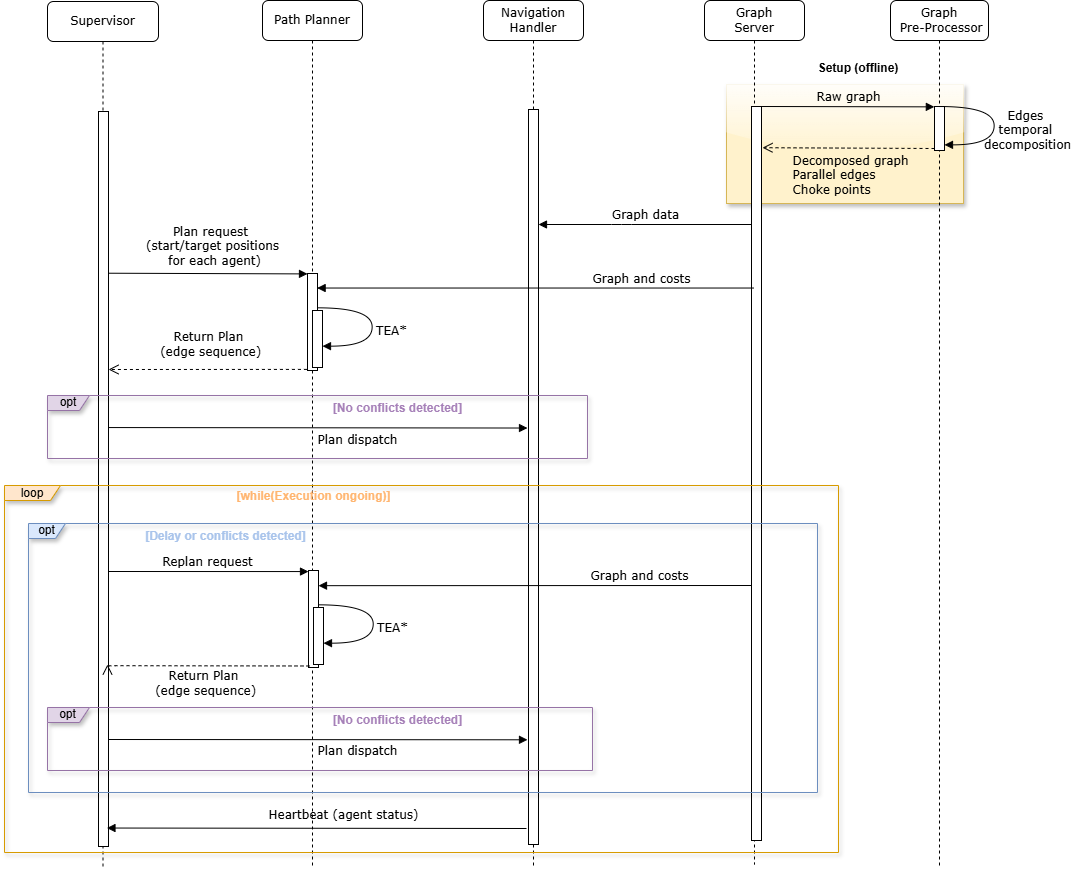
Before: meec_distrib_latex/meec-distrib/figures/seqDiagram.png, a diagram exported from draw.io (afonsotmm/dissertation_latex_stack). Source tidied: cells renumbered, new cells last; positions are measured from the earlier drawing's top-left corner, leaving out a move shared by most shapes.
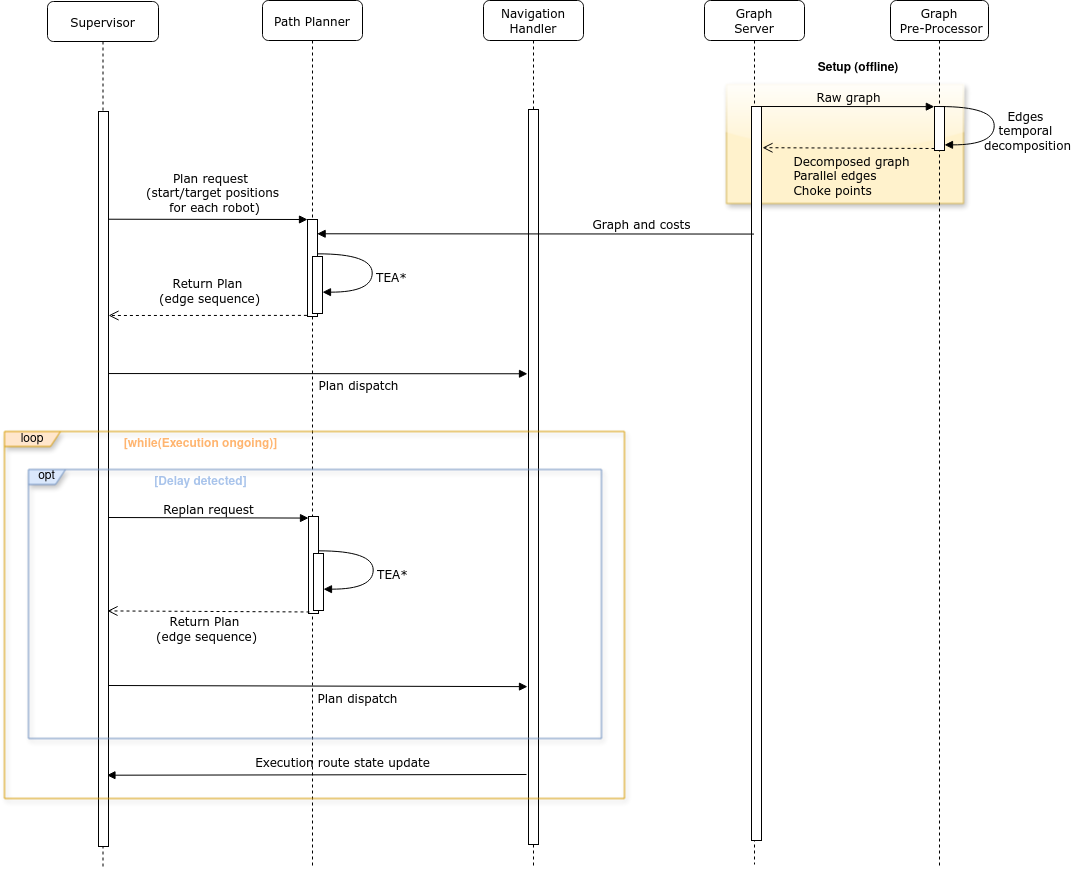
The same file after the commit.

Commit message:
Seq Diagram minor fix; chap 6 name change

The edit, as a diff of the source:
```diff
@@ -9,18 +9,18 @@
       <mxGeometry x="258" width="100" height="866" as="geometry" />
     </mxCell>
     <mxCell id="4" style="html=1;points=[];perimeter=orthogonalPerimeter;rounded=0;shadow=0;comic=0;labelBackgroundColor=none;strokeWidth=1;fontFamily=Verdana;fontSize=12;align=center;" parent="3" vertex="1">
-      <mxGeometry x="45" y="273" width="10" height="97" as="geometry" />
+      <mxGeometry x="45" y="219" width="10" height="97" as="geometry" />
     </mxCell>
     <mxCell id="5" style="html=1;perimeter=orthogonalPerimeter;rounded=0;shadow=0;comic=0;labelBackgroundColor=none;strokeWidth=1;fontFamily=Verdana;fontSize=12;align=center;" parent="3" vertex="1">
-      <mxGeometry x="50" y="310" width="10" height="57" as="geometry" />
+      <mxGeometry x="50" y="256" width="10" height="57" as="geometry" />
     </mxCell>
     <mxCell id="6" value="TEA*" style="html=1;verticalAlign=bottom;endArrow=block;labelBackgroundColor=none;fontFamily=Verdana;fontSize=12;elbow=vertical;edgeStyle=orthogonalEdgeStyle;curved=1;entryX=1;entryY=0.286;entryPerimeter=0;exitX=1.038;exitY=0.345;exitPerimeter=0;" parent="3" edge="1">
       <mxGeometry x="0.22" y="19" relative="1" as="geometry">
-        <mxPoint x="55" y="307.3" as="sourcePoint" />
-        <mxPoint x="60" y="345.7" as="targetPoint" />
+        <mxPoint x="55" y="253.3" as="sourcePoint" />
+        <mxPoint x="60" y="291.7" as="targetPoint" />
         <Array as="points">
-          <mxPoint x="109.7" y="307.3" />
-          <mxPoint x="109.7" y="345.3" />
+          <mxPoint x="109.7" y="253.3" />
+          <mxPoint x="109.7" y="291.3" />
         </Array>
       </mxGeometry>
     </mxCell>
@@ -30,11 +30,6 @@
     <mxCell id="8" style="html=1;points=[];perimeter=orthogonalPerimeter;rounded=0;shadow=0;comic=0;labelBackgroundColor=none;strokeWidth=1;fontFamily=Verdana;fontSize=12;align=center;" parent="7" vertex="1">
       <mxGeometry x="45" y="109" width="10" height="735" as="geometry" />
     </mxCell>
-    <mxCell id="9" value="Graph data" style="html=1;verticalAlign=bottom;endArrow=block;labelBackgroundColor=none;fontFamily=Verdana;fontSize=12;edgeStyle=elbowEdgeStyle;elbow=vertical;" parent="7" edge="1" source="10">
-      <mxGeometry relative="1" as="geometry">
-        <mxPoint x="55" y="224" as="targetPoint" />
-      </mxGeometry>
-    </mxCell>
     <mxCell id="10" value="Graph&lt;div&gt;Server&lt;/div&gt;" style="shape=umlLifeline;perimeter=lifelinePerimeter;whiteSpace=wrap;html=1;outlineConnect=0;rounded=1;shadow=0;comic=0;labelBackgroundColor=none;strokeWidth=1;fontFamily=Verdana;fontSize=12;align=center;" parent="1" vertex="1">
       <mxGeometry x="700" width="100" height="864" as="geometry" />
     </mxCell>
@@ -75,25 +70,20 @@
     <mxCell id="17" value="Supervisor" style="shape=umlLifeline;perimeter=lifelinePerimeter;whiteSpace=wrap;html=1;rounded=1;shadow=0;comic=0;labelBackgroundColor=none;strokeWidth=1;fontFamily=Verdana;fontSize=12;align=center;" parent="1" vertex="1">
       <mxGeometry x="43" y="1" width="111" height="867" as="geometry" />
     </mxCell>
-    <mxCell id="18" value="Plan request&amp;nbsp;&lt;div&gt;(start/target positions&lt;/div&gt;&lt;div&gt;&amp;nbsp;for each agent)&lt;/div&gt;" style="html=1;verticalAlign=bottom;endArrow=block;labelBackgroundColor=none;fontFamily=Verdana;fontSize=12;edgeStyle=elbowEdgeStyle;elbow=vertical;exitX=1.029;exitY=0.369;exitDx=0;exitDy=0;exitPerimeter=0;entryX=0;entryY=0.005;entryDx=0;entryDy=0;entryPerimeter=0;" parent="17" edge="1" target="4">
+    <mxCell id="18" value="Plan request&amp;nbsp;&lt;div&gt;(start/target positions&lt;/div&gt;&lt;div&gt;&amp;nbsp;for each robot)&lt;/div&gt;" style="html=1;verticalAlign=bottom;endArrow=block;labelBackgroundColor=none;fontFamily=Verdana;fontSize=12;edgeStyle=elbowEdgeStyle;elbow=vertical;exitX=1.029;exitY=0.369;exitDx=0;exitDy=0;exitPerimeter=0;entryX=0;entryY=0.005;entryDx=0;entryDy=0;entryPerimeter=0;" parent="17" edge="1" target="4">
       <mxGeometry x="0.04" y="3" relative="1" as="geometry">
-        <mxPoint x="61.3" y="271.7" as="sourcePoint" />
+        <mxPoint x="61.3" y="217.7" as="sourcePoint" />
       </mxGeometry>
     </mxCell>
     <mxCell id="19" style="html=1;points=[];perimeter=orthogonalPerimeter;rounded=0;shadow=0;comic=0;labelBackgroundColor=none;strokeWidth=1;fontFamily=Verdana;fontSize=12;align=center;" parent="17" vertex="1">
       <mxGeometry x="51" y="110" width="10" height="735" as="geometry" />
     </mxCell>
-    <mxCell id="20" value="opt" style="shape=umlFrame;whiteSpace=wrap;html=1;width=42;height=15;fillColor=#e1d5e7;strokeColor=#9673a6;shadow=1;" parent="17" vertex="1">
-      <mxGeometry y="394" width="540" height="63" as="geometry" />
-    </mxCell>
-    <mxCell id="21" value="&lt;font style=&quot;color: rgb(166, 128, 184);&quot;&gt;&lt;b style=&quot;&quot;&gt;[No conflicts detected]&lt;/b&gt;&lt;/font&gt;" style="text;html=1;align=center;verticalAlign=middle;strokeColor=none;fillColor=none;" parent="17" vertex="1">
-      <mxGeometry x="276" y="394" width="147" height="26" as="geometry" />
-    </mxCell>
-    <mxCell id="22" value="Return Plan&lt;div&gt;&amp;nbsp;(edge sequence)&lt;/div&gt;" style="html=1;verticalAlign=bottom;endArrow=open;dashed=1;endSize=8;labelBackgroundColor=none;fontFamily=Verdana;fontSize=12;edgeStyle=elbowEdgeStyle;elbow=vertical;exitX=-0.058;exitY=0.972;exitDx=0;exitDy=0;exitPerimeter=0;entryX=1.004;entryY=0.35;entryDx=0;entryDy=0;entryPerimeter=0;" parent="1" edge="1" target="19">
+    <mxCell id="22" value="Return Plan&lt;div&gt;&amp;nbsp;(edge sequence)&lt;/div&gt;" style="html=1;verticalAlign=bottom;endArrow=open;dashed=1;endSize=8;labelBackgroundColor=none;fontFamily=Verdana;fontSize=12;edgeStyle=elbowEdgeStyle;elbow=vertical;exitX=-0.058;exitY=0.972;exitDx=0;exitDy=0;exitPerimeter=0;entryX=1.004;entryY=0.35;entryDx=0;entryDy=0;entryPerimeter=0;" parent="1" edge="1">
       <mxGeometry y="-8" relative="1" as="geometry">
-        <mxPoint x="302.4" y="368.9" as="sourcePoint" />
+        <mxPoint x="302.4" y="314.9" as="sourcePoint" />
+        <mxPoint x="104" y="314.2" as="targetPoint" />
         <Array as="points">
-          <mxPoint x="109" y="369" />
+          <mxPoint x="109" y="315" />
         </Array>
       </mxGeometry>
     </mxCell>
@@ -101,74 +91,67 @@
       <mxGeometry x="804" y="53" width="100" height="30" as="geometry" />
     </mxCell>
     <mxCell id="24" value="loop" style="shape=umlFrame;whiteSpace=wrap;html=1;width=56;height=15;fillColor=#ffe6cc;strokeColor=#d79b00;shadow=1;swimlaneFillColor=none;" parent="1" vertex="1">
-      <mxGeometry y="485" width="834" height="367" as="geometry" />
+      <mxGeometry y="431" width="620" height="367" as="geometry" />
     </mxCell>
     <mxCell id="25" value="&lt;b&gt;&lt;font style=&quot;color: rgb(255, 181, 112);&quot;&gt;[while(Execution ongoing)]&lt;/font&gt;&lt;/b&gt;" style="text;html=1;align=center;verticalAlign=middle;strokeColor=none;fillColor=none;" parent="1" vertex="1">
-      <mxGeometry x="223" y="483" width="172" height="26" as="geometry" />
+      <mxGeometry x="110" y="431" width="172" height="26" as="geometry" />
     </mxCell>
     <mxCell id="26" style="html=1;perimeter=orthogonalPerimeter;rounded=0;shadow=0;comic=0;labelBackgroundColor=none;strokeWidth=1;fontFamily=Verdana;fontSize=12;align=center;" parent="1" vertex="1">
-      <mxGeometry x="304" y="570" width="10" height="97" as="geometry" />
+      <mxGeometry x="304" y="516" width="10" height="97" as="geometry" />
     </mxCell>
     <mxCell id="27" style="html=1;perimeter=orthogonalPerimeter;rounded=0;shadow=0;comic=0;labelBackgroundColor=none;strokeWidth=1;fontFamily=Verdana;fontSize=12;align=center;" parent="1" vertex="1">
-      <mxGeometry x="309" y="607" width="10" height="57" as="geometry" />
+      <mxGeometry x="309" y="553" width="10" height="57" as="geometry" />
     </mxCell>
     <mxCell id="28" value="TEA*" style="html=1;verticalAlign=bottom;endArrow=block;labelBackgroundColor=none;fontFamily=Verdana;fontSize=12;elbow=vertical;edgeStyle=orthogonalEdgeStyle;curved=1;entryX=1;entryY=0.286;entryPerimeter=0;exitX=1.038;exitY=0.345;exitPerimeter=0;" parent="1" edge="1">
       <mxGeometry x="0.22" y="19" relative="1" as="geometry">
-        <mxPoint x="314" y="604.3" as="sourcePoint" />
-        <mxPoint x="319" y="642.7" as="targetPoint" />
+        <mxPoint x="314" y="550.3" as="sourcePoint" />
+        <mxPoint x="319" y="588.7" as="targetPoint" />
         <Array as="points">
-          <mxPoint x="368.7" y="604.3" />
-          <mxPoint x="368.7" y="642.3" />
+          <mxPoint x="368.7" y="550.3" />
+          <mxPoint x="368.7" y="588.3" />
         </Array>
       </mxGeometry>
     </mxCell>
-    <mxCell id="29" value="&lt;b&gt;&lt;font style=&quot;color: rgb(169, 196, 235);&quot;&gt;[Delay or conflicts detected]&lt;/font&gt;&lt;/b&gt;" style="text;html=1;align=center;verticalAlign=middle;strokeColor=none;fillColor=none;" parent="1" vertex="1">
-      <mxGeometry x="131.5" y="523" width="179" height="26" as="geometry" />
+    <mxCell id="29" value="&lt;b&gt;&lt;font style=&quot;color: rgb(169, 196, 235);&quot;&gt;[Delay detected]&lt;/font&gt;&lt;/b&gt;" style="text;html=1;align=center;verticalAlign=middle;strokeColor=none;fillColor=none;" parent="1" vertex="1">
+      <mxGeometry x="140.5" y="469" width="111" height="26" as="geometry" />
     </mxCell>
     <mxCell id="30" value="Replan request" style="html=1;verticalAlign=bottom;endArrow=block;labelBackgroundColor=none;fontFamily=Verdana;fontSize=12;edgeStyle=elbowEdgeStyle;elbow=vertical;" parent="1" edge="1">
       <mxGeometry relative="1" as="geometry">
-        <mxPoint x="103.5" y="571" as="sourcePoint" />
-        <mxPoint x="304" y="571" as="targetPoint" />
+        <mxPoint x="103.5" y="517" as="sourcePoint" />
+        <mxPoint x="304" y="517" as="targetPoint" />
       </mxGeometry>
     </mxCell>
     <mxCell id="31" value="Return Plan&lt;div&gt;&amp;nbsp;(edge sequence)&lt;/div&gt;" style="html=1;verticalAlign=bottom;endArrow=open;dashed=1;endSize=8;labelBackgroundColor=none;fontFamily=Verdana;fontSize=12;edgeStyle=elbowEdgeStyle;elbow=vertical;entryX=1.1;entryY=0.911;entryDx=0;entryDy=0;entryPerimeter=0;" parent="1" edge="1">
       <mxGeometry x="0.05" y="35" relative="1" as="geometry">
-        <mxPoint x="305" y="665.5" as="sourcePoint" />
-        <mxPoint x="103" y="664" as="targetPoint" />
+        <mxPoint x="305" y="611.5" as="sourcePoint" />
+        <mxPoint x="103" y="610" as="targetPoint" />
       </mxGeometry>
     </mxCell>
     <mxCell id="32" value="opt" style="shape=umlFrame;whiteSpace=wrap;html=1;width=37;height=15;fillColor=#dae8fc;strokeColor=#6c8ebf;shadow=1;" parent="1" vertex="1">
-      <mxGeometry x="24" y="523" width="789" height="269" as="geometry" />
+      <mxGeometry x="24" y="469" width="573" height="269" as="geometry" />
     </mxCell>
-    <mxCell id="33" value="Heartbeat (agent status)" style="html=1;verticalAlign=bottom;endArrow=block;labelBackgroundColor=none;fontFamily=Verdana;fontSize=12;edgeStyle=elbowEdgeStyle;elbow=vertical;" parent="1" edge="1">
+    <mxCell id="33" value="Execution route state update" style="html=1;verticalAlign=bottom;endArrow=block;labelBackgroundColor=none;fontFamily=Verdana;fontSize=12;edgeStyle=elbowEdgeStyle;elbow=vertical;" parent="1" edge="1">
       <mxGeometry x="-0.13" y="-4" relative="1" as="geometry">
-        <mxPoint x="522" y="828" as="sourcePoint" />
-        <mxPoint x="102.5" y="828.1" as="targetPoint" />
+        <mxPoint x="522" y="774" as="sourcePoint" />
+        <mxPoint x="102.5" y="774.1" as="targetPoint" />
       </mxGeometry>
     </mxCell>
-    <mxCell id="34" value="Graph and costs" style="html=1;verticalAlign=bottom;endArrow=block;labelBackgroundColor=none;fontFamily=Verdana;fontSize=12;edgeStyle=elbowEdgeStyle;elbow=vertical;entryX=0.963;entryY=0.15;entryDx=0;entryDy=0;entryPerimeter=0;" parent="1" edge="1" source="10" target="4">
-      <mxGeometry x="-0.49" relative="1" as="geometry" />
+    <mxCell id="34" value="Graph and costs" style="html=1;verticalAlign=bottom;endArrow=block;labelBackgroundColor=none;fontFamily=Verdana;fontSize=12;edgeStyle=elbowEdgeStyle;elbow=vertical;entryX=0.963;entryY=0.15;entryDx=0;entryDy=0;entryPerimeter=0;" parent="1" edge="1" target="4">
+      <mxGeometry x="-0.49" relative="1" as="geometry">
+        <mxPoint x="749.5" y="233.6" as="sourcePoint" />
+      </mxGeometry>
     </mxCell>
-    <mxCell id="35" value="Plan dispatch" style="html=1;verticalAlign=bottom;endArrow=block;labelBackgroundColor=none;fontFamily=Verdana;fontSize=12;edgeStyle=elbowEdgeStyle;elbow=vertical;exitX=1;exitY=0.43;exitDx=0;exitDy=0;exitPerimeter=0;entryX=-0.1;entryY=0.434;entryDx=0;entryDy=0;entryPerimeter=0;" parent="1" edge="1" source="19" target="8">
-      <mxGeometry x="0.19" y="-21" relative="1" as="geometry" />
+    <mxCell id="35" value="Plan dispatch" style="html=1;verticalAlign=bottom;endArrow=block;labelBackgroundColor=none;fontFamily=Verdana;fontSize=12;edgeStyle=elbowEdgeStyle;elbow=vertical;exitX=1;exitY=0.43;exitDx=0;exitDy=0;exitPerimeter=0;entryX=-0.1;entryY=0.434;entryDx=0;entryDy=0;entryPerimeter=0;" parent="1" edge="1">
+      <mxGeometry x="0.19" y="-21" relative="1" as="geometry">
+        <mxPoint x="104" y="373.1" as="sourcePoint" />
+        <mxPoint x="523" y="374" as="targetPoint" />
+      </mxGeometry>
     </mxCell>
-    <mxCell id="36" value="opt" style="shape=umlFrame;whiteSpace=wrap;html=1;width=42;height=15;fillColor=#e1d5e7;strokeColor=#9673a6;shadow=1;" parent="1" vertex="1">
-      <mxGeometry x="43" y="707" width="545" height="63" as="geometry" />
-    </mxCell>
-    <mxCell id="37" value="&lt;font style=&quot;color: rgb(166, 128, 184);&quot;&gt;&lt;b style=&quot;&quot;&gt;[No conflicts detected]&lt;/b&gt;&lt;/font&gt;" style="text;html=1;align=center;verticalAlign=middle;strokeColor=none;fillColor=none;" parent="1" vertex="1">
-      <mxGeometry x="319" y="707" width="147" height="26" as="geometry" />
-    </mxCell>
     <mxCell id="38" value="Plan dispatch" style="html=1;verticalAlign=bottom;endArrow=block;labelBackgroundColor=none;fontFamily=Verdana;fontSize=12;edgeStyle=elbowEdgeStyle;elbow=vertical;exitX=1;exitY=0.43;exitDx=0;exitDy=0;exitPerimeter=0;entryX=-0.1;entryY=0.434;entryDx=0;entryDy=0;entryPerimeter=0;" parent="1" edge="1">
       <mxGeometry x="0.19" y="-21" relative="1" as="geometry">
-        <mxPoint x="104" y="739" as="sourcePoint" />
-        <mxPoint x="523" y="740" as="targetPoint" />
+        <mxPoint x="104" y="685" as="sourcePoint" />
+        <mxPoint x="523" y="686" as="targetPoint" />
       </mxGeometry>
     </mxCell>
-    <mxCell id="39" value="Graph and costs" style="html=1;verticalAlign=bottom;endArrow=block;labelBackgroundColor=none;fontFamily=Verdana;fontSize=12;edgeStyle=elbowEdgeStyle;elbow=vertical;entryX=0.963;entryY=0.15;entryDx=0;entryDy=0;entryPerimeter=0;" parent="1" edge="1">
-      <mxGeometry x="-0.49" relative="1" as="geometry">
-        <mxPoint x="747" y="585" as="sourcePoint" />
-        <mxPoint x="314" y="585.2" as="targetPoint" />
-      </mxGeometry>
-    </mxCell>
   </root>
 </mxGraphModel>
```
